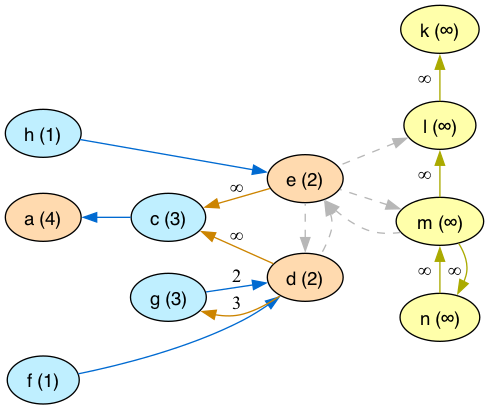
Earlier version of the Graphviz export lib/graphs/arg_graph_colored.png (idaks/Games-and-Argumentation). Its source is kept beside it as lib/graphs/arg_graph_colored.dot.
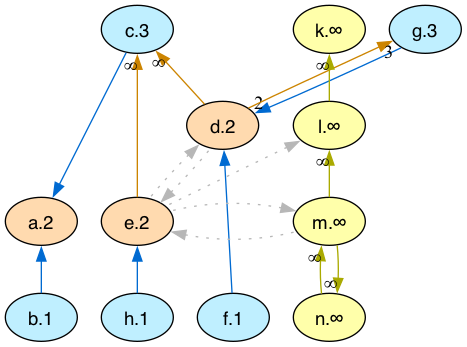
After the commit.

The edit, as a diff of the source:
```diff
@@ -1,45 +1,45 @@
 digraph G {
-  rankdir="LR"
+  rankdir="TB"
   node [shape=oval style=filled fontname=Helvetica fontsize=14]
   node [fillcolor="#ffdaaf" fontcolor="#000000"]
-       a[label="a (4)"]
-       d[label="d (2)"]
-       e[label="e (2)"];
+       a[label="a.2"]
+       d[label="d.2"]
+       e[label="e.2"]
   node [fillcolor="#bfefff" fontcolor="#000000"]
-       c[label="c (3)"]
-       f[label="f (1)"]
-       g[label="g (3)"]
-       h[label="h (1)"];
+       c[label="c.3"]
+       b[label="b.1"]
+       f[label="f.1"]
+       g[label="g.3"]
+       h[label="h.1"]
   node [fillcolor="#FFFFAA" fontcolor="#000000"]
-       k[label="k (∞)"]
-       l[label="l (∞)"]
-       m[label="m (∞)"]
-       n[label="n (∞)"];
-  edge [dir=back, color="#006ad1", style="solid"]
-        "a" -> "c";
-        "d" -> "f";
-        "e" -> "h";
-  edge [dir=back, color="#AAAA00", style="solid", label="∞"]
-        "k" -> "l";
-        "l" -> "m";
-        "m" -> "n";
-        "n" -> "m";
-  edge [dir=back, color="#cc8400", style="solid"]
-        "c" -> "d";
-        "c" -> "e";
-  edge [dir=back, color="#b7b7b7", style="dashed", label=" "]
-        "l" -> "e";
-        "d" -> "e";
-        "e" -> "d";
-        "e" -> "m";
-        "m" -> "e";
-  edge [dir=back, color="#006ad1", style="solid", label="2"]
-        "d" -> "g";
-  edge [dir=back, color="#cc8400", style="solid", label="3"]
-        "g" -> "d";
+       k[label="k.∞"]
+       l[label="l.∞"]
+       m[label="m.∞"]
+       n[label="n.∞"]
+  edge [dir=back color="#006ad1" style="solid"]
+        "a" -> "c"
+        "a" -> "b"
+        "d" -> "f"
+        "e" -> "h"
+  edge [dir=back color="#AAAA00" style="solid" taillabel="∞"]
+        "k" -> "l"
+        "l" -> "m"
+        "m" -> "n"
+        "n" -> "m"
+  edge [dir=back color="#cc8400" style="solid"]
+        "c" -> "d"
+        "c" -> "e"
+  edge [dir=back color="#b7b7b7" style="dotted" constraint=false taillabel=" "]
+        "l" -> "e"
+        "d" -> "e"
+        "e" -> "d"
+        "e" -> "m"
+        "m" -> "e"
+  edge [dir=back color="#006ad1" style="solid" taillabel="2"]
+        "d" -> "g"
+  edge [dir=back color="#cc8400" style="solid" taillabel="3"]
+        "g" -> "d"
 
-  {rank = min; f; h}
-  {rank = same; d; e}
-  {rank = same; c; g}
-  {rank = max; k; l; m; n}
+  {rank = max; b; f; h}
+  {rank = min; c; g}
 }
```
